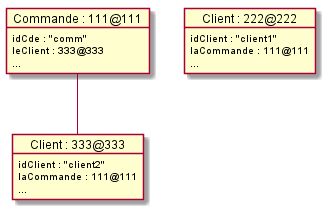
The PlantUML diagram POO/images/plantuml/td6.un.un.liens1.png in IUT-Blagnac/POO, before a commit. Source of this version:
```plantuml
@startuml

object "Commande : 111@111" as co1  {
	idCde : "comm"
	leClient : 333@333
	...
}

object "Client : 222@222" as client1 {
	idClient : "client1"
	laCommande : 111@111
	...
}

object "Client : 333@333" as client2 {
	idClient : "client2"
	laCommande : 111@111
	...
}

co1 -- client2

@enduml
```
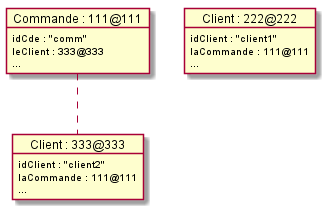
Above is the later version.

Change to the diagram source:
```diff
@@ -1,4 +1,5 @@
 @startuml
+
 
 object "Commande : 111@111" as co1  {
 	idCde : "comm"
@@ -18,6 +19,6 @@
 	...
 }
 
-co1 -- client2
+co1 .. client2
 
 @enduml
```
